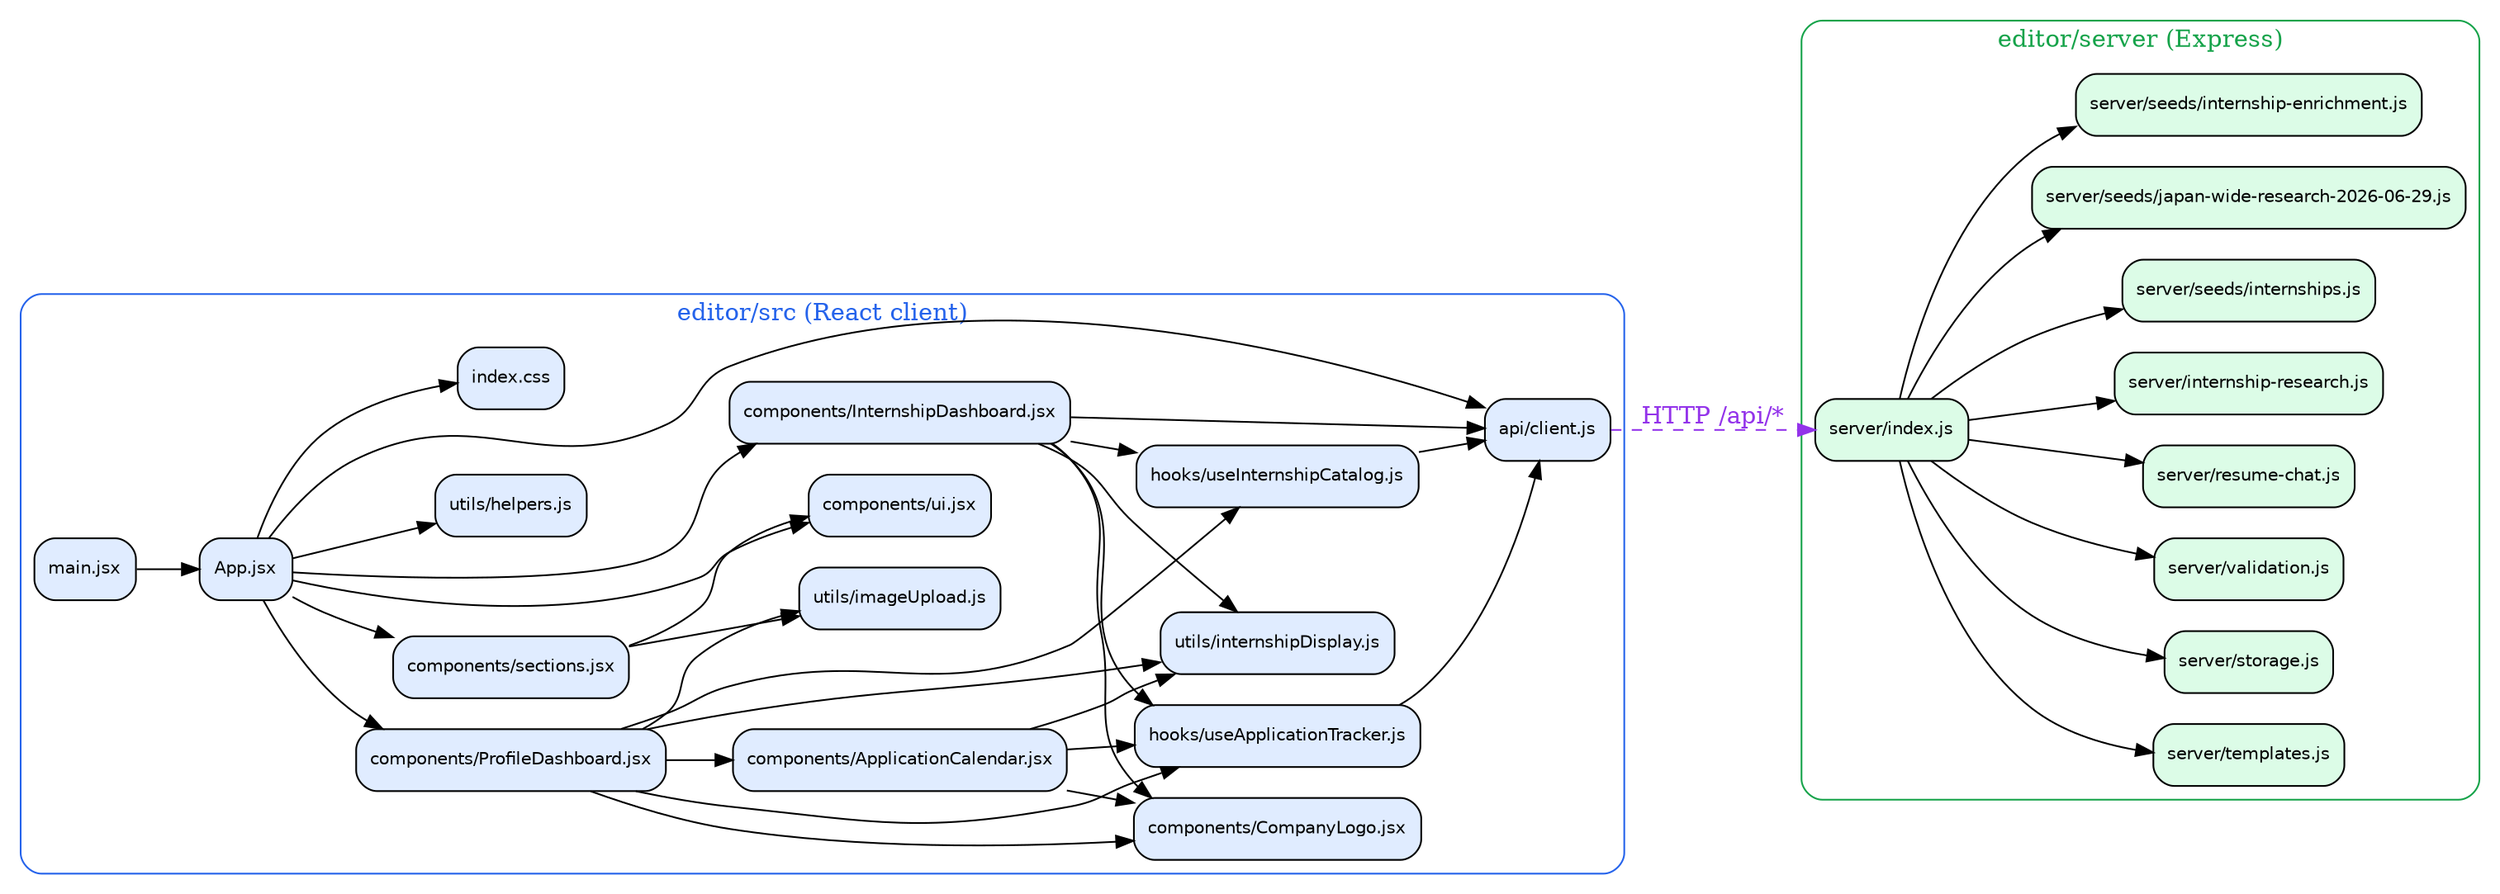
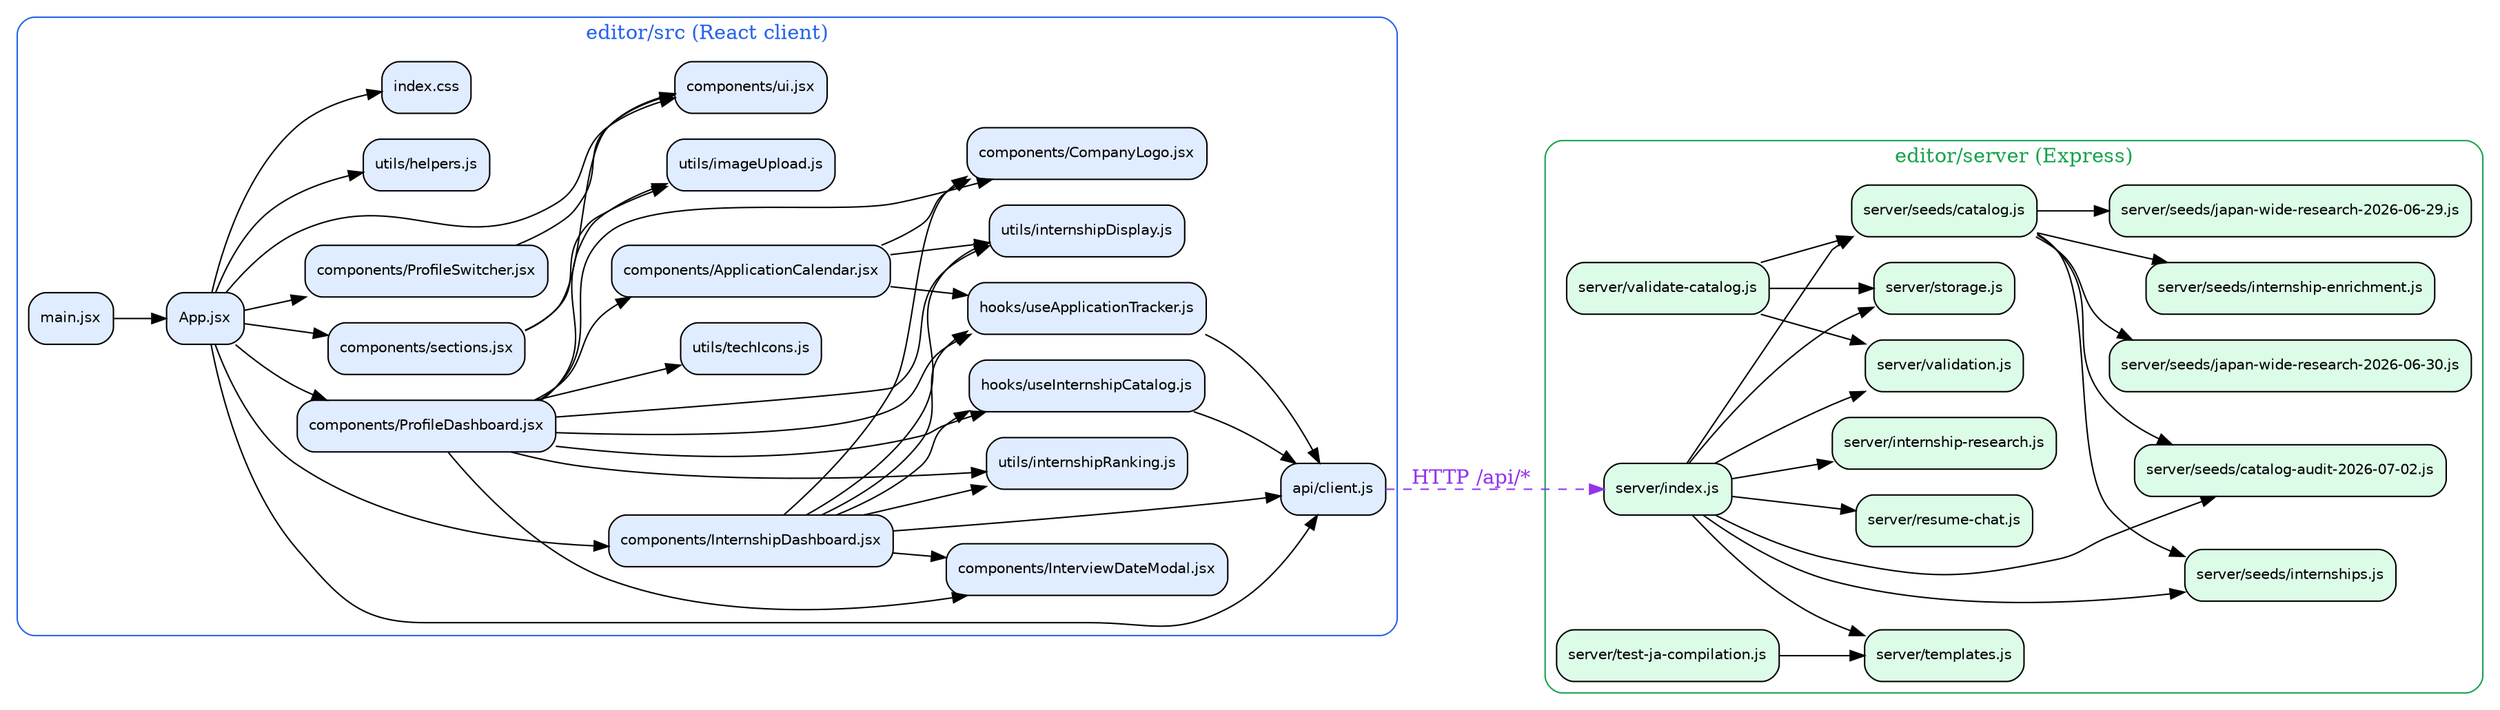
// Module dependency graph for editor/ (client + server)
- // Generated 2026-06-29 via madge + manual merge. Deterministic file-based imports.
- // Render: dot -Tsvg agent/graph/dependencies.dot -o agent/graph/dependencies.svg
+ // Generated 2026-07-02 via madge + manual merge.
digraph editor_deps {
  rankdir=LR;
  node [shape=box, style="rounded,filled", fontname="Helvetica", fontsize=10];

  subgraph cluster_client {
    label = "editor/src (React client)";
    color = "#2563eb"; fontcolor = "#2563eb"; style = rounded;
    node [fillcolor="#e0ecff"];

-     "main.jsx";
-     "App.jsx";
-     "components/ProfileDashboard.jsx";
-     "components/InternshipDashboard.jsx";
-     "components/ApplicationCalendar.jsx";
-     "components/CompanyLogo.jsx";
-     "components/sections.jsx";
-     "components/ui.jsx";
-     "hooks/useApplicationTracker.js";
-     "hooks/useInternshipCatalog.js";
-     "utils/internshipDisplay.js";
-     "utils/imageUpload.js";
-     "utils/helpers.js";
-     "api/client.js";
-     "index.css";
- 
    "main.jsx" -> "App.jsx";
    "App.jsx" -> "api/client.js";
    "App.jsx" -> "components/InternshipDashboard.jsx";
    "App.jsx" -> "components/ProfileDashboard.jsx";
+     "App.jsx" -> "components/ProfileSwitcher.jsx";
    "App.jsx" -> "components/sections.jsx";
    "App.jsx" -> "components/ui.jsx";
    "App.jsx" -> "utils/helpers.js";
    "App.jsx" -> "index.css";

    "components/ProfileDashboard.jsx" -> "components/ApplicationCalendar.jsx";
    "components/ProfileDashboard.jsx" -> "components/CompanyLogo.jsx";
+     "components/ProfileDashboard.jsx" -> "components/InterviewDateModal.jsx";
    "components/ProfileDashboard.jsx" -> "hooks/useApplicationTracker.js";
    "components/ProfileDashboard.jsx" -> "hooks/useInternshipCatalog.js";
    "components/ProfileDashboard.jsx" -> "utils/imageUpload.js";
    "components/ProfileDashboard.jsx" -> "utils/internshipDisplay.js";
+     "components/ProfileDashboard.jsx" -> "utils/internshipRanking.js";
+     "components/ProfileDashboard.jsx" -> "utils/techIcons.js";

    "components/InternshipDashboard.jsx" -> "api/client.js";
    "components/InternshipDashboard.jsx" -> "components/CompanyLogo.jsx";
+     "components/InternshipDashboard.jsx" -> "components/InterviewDateModal.jsx";
    "components/InternshipDashboard.jsx" -> "hooks/useApplicationTracker.js";
    "components/InternshipDashboard.jsx" -> "hooks/useInternshipCatalog.js";
    "components/InternshipDashboard.jsx" -> "utils/internshipDisplay.js";
+     "components/InternshipDashboard.jsx" -> "utils/internshipRanking.js";

    "components/ApplicationCalendar.jsx" -> "components/CompanyLogo.jsx";
    "components/ApplicationCalendar.jsx" -> "hooks/useApplicationTracker.js";
    "components/ApplicationCalendar.jsx" -> "utils/internshipDisplay.js";
- 
+     "components/ProfileSwitcher.jsx" -> "components/ui.jsx";
    "components/sections.jsx" -> "components/ui.jsx";
    "components/sections.jsx" -> "utils/imageUpload.js";
- 
    "hooks/useApplicationTracker.js" -> "api/client.js";
    "hooks/useInternshipCatalog.js" -> "api/client.js";
  }

  subgraph cluster_server {
    label = "editor/server (Express)";
    color = "#16a34a"; fontcolor = "#16a34a"; style = rounded;
    node [fillcolor="#dcfce7"];

-     "server/index.js";
-     "server/templates.js";
-     "server/storage.js";
-     "server/validation.js";
-     "server/resume-chat.js";
-     "server/internship-research.js";
-     "server/seeds/internships.js";
-     "server/seeds/japan-wide-research-2026-06-29.js";
-     "server/seeds/internship-enrichment.js";
- 
    "server/index.js" -> "server/templates.js";
    "server/index.js" -> "server/storage.js";
    "server/index.js" -> "server/validation.js";
    "server/index.js" -> "server/resume-chat.js";
    "server/index.js" -> "server/internship-research.js";
    "server/index.js" -> "server/seeds/internships.js";
-     "server/index.js" -> "server/seeds/japan-wide-research-2026-06-29.js";
-     "server/index.js" -> "server/seeds/internship-enrichment.js";
+     "server/index.js" -> "server/seeds/catalog.js";
+     "server/index.js" -> "server/seeds/catalog-audit-2026-07-02.js";
+     "server/seeds/catalog.js" -> "server/seeds/internships.js";
+     "server/seeds/catalog.js" -> "server/seeds/japan-wide-research-2026-06-29.js";
+     "server/seeds/catalog.js" -> "server/seeds/japan-wide-research-2026-06-30.js";
+     "server/seeds/catalog.js" -> "server/seeds/internship-enrichment.js";
+     "server/seeds/catalog.js" -> "server/seeds/catalog-audit-2026-07-02.js";
+     "server/validate-catalog.js" -> "server/seeds/catalog.js";
+     "server/validate-catalog.js" -> "server/storage.js";
+     "server/validate-catalog.js" -> "server/validation.js";
+     "server/test-ja-compilation.js" -> "server/templates.js";
  }

-   // Client <-> server boundary (HTTP, not a static import)
  "api/client.js" -> "server/index.js" [label="HTTP /api/*", style=dashed, color="#9333ea", fontcolor="#9333ea"];
}
